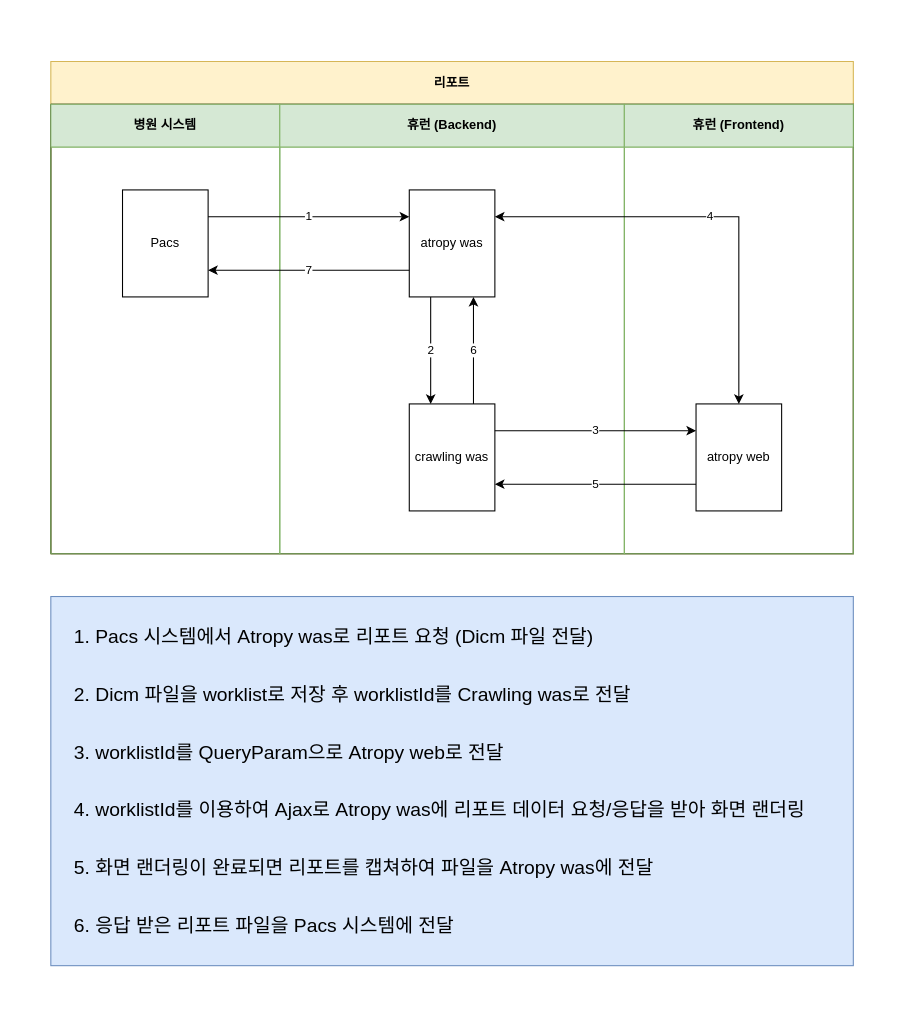
junho-nam/drawio keeps this draw.io diagram as Untitled Diagram.drawio. Above is the earlier version. Source tidied: cells renumbered, new cells numbered last; positions are measured from the earlier drawing's top-left corner, leaving out a move shared by most shapes. Both pictures are drawn from the tidied source at 107%, with x=0, y=0 at pixel (50, 61).
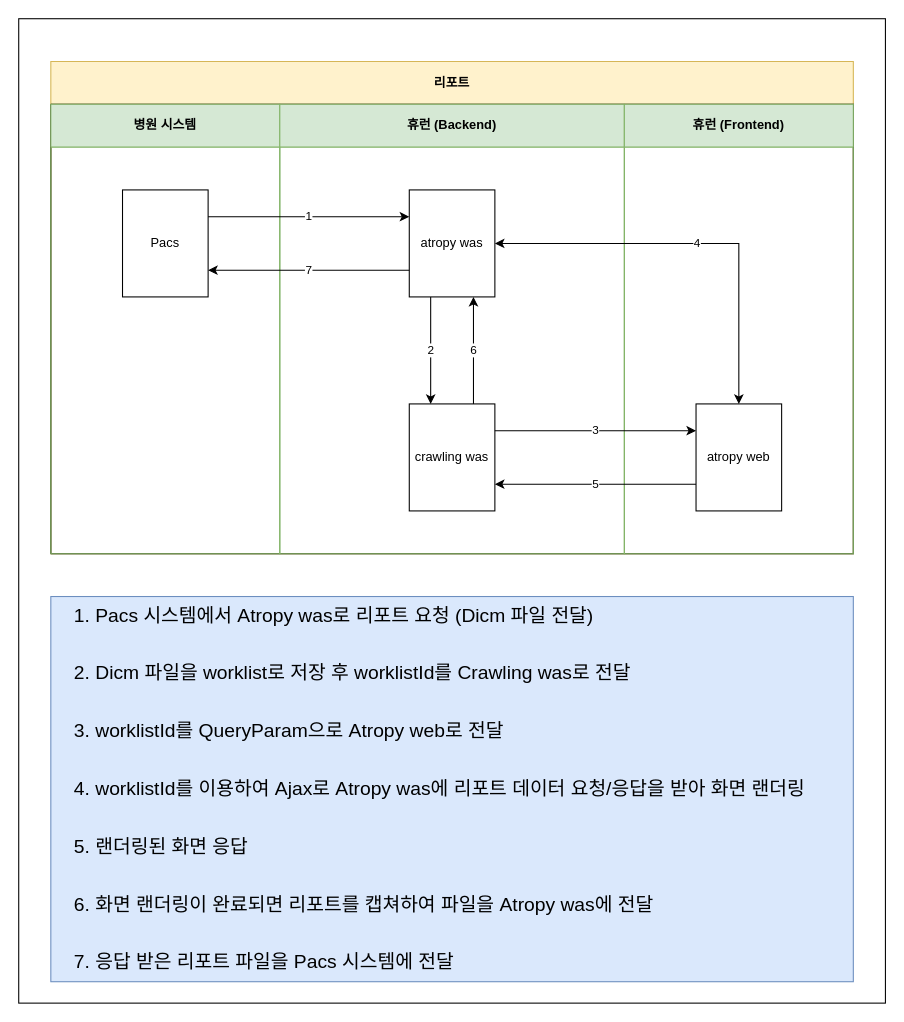
Above is the later version.

The edit, as a diff of the source:
```diff
@@
 <mxGraphModel>
   <root>
     <mxCell id="0" />
     <mxCell id="1" parent="0" />
+    <mxCell id="19" style="rounded=0;whiteSpace=wrap;html=1;" parent="1" vertex="1">
+      <mxGeometry x="-30" y="-40" width="810" height="920" as="geometry" />
+    </mxCell>
     <mxCell id="2" value="리포트" style="shape=table;childLayout=tableLayout;rowLines=0;columnLines=0;startSize=40;html=1;whiteSpace=wrap;fontStyle=1;fillColor=#fff2cc;strokeColor=#d6b656;" parent="1" vertex="1">
       <mxGeometry width="750" height="460" as="geometry" />
     </mxCell>
     <mxCell id="3" style="swimlane;horizontal=0;startSize=0;html=1;whiteSpace=wrap;" parent="2" vertex="1">
       <mxGeometry y="40" width="750" height="420" as="geometry" />
     </mxCell>
     <mxCell id="4" value="병원 시스템" style="swimlane;startSize=40;html=1;whiteSpace=wrap;fillColor=#d5e8d4;strokeColor=#82b366;" parent="3" vertex="1">
       <mxGeometry width="214" height="420" as="geometry" />
     </mxCell>
     <mxCell id="5" value="Pacs" style="rounded=0;whiteSpace=wrap;html=1;" parent="4" vertex="1">
       <mxGeometry x="67" y="80" width="80" height="100" as="geometry" />
     </mxCell>
     <mxCell id="6" value="휴런 (Backend)" style="swimlane;startSize=40;html=1;whiteSpace=wrap;fillColor=#d5e8d4;strokeColor=#82b366;" parent="3" vertex="1">
       <mxGeometry x="214" width="322" height="420" as="geometry" />
     </mxCell>
     <mxCell id="7" value="atropy was" style="rounded=0;whiteSpace=wrap;html=1;" parent="6" vertex="1">
       <mxGeometry x="121" y="80" width="80" height="100" as="geometry" />
     </mxCell>
     <mxCell id="8" value="crawling was" style="rounded=0;whiteSpace=wrap;html=1;" parent="6" vertex="1">
       <mxGeometry x="121" y="280" width="80" height="100" as="geometry" />
     </mxCell>
     <mxCell id="9" value="2" style="edgeStyle=orthogonalEdgeStyle;rounded=0;jettySize=auto;html=1;exitX=0.25;exitY=1;exitDx=0;exitDy=0;entryX=0.25;entryY=0;entryDx=0;entryDy=0;" parent="6" edge="1" source="7" target="8">
       <mxGeometry relative="1" as="geometry" />
     </mxCell>
     <mxCell id="10" value="6" style="edgeStyle=orthogonalEdgeStyle;rounded=0;jettySize=auto;html=1;exitX=0.75;exitY=0;exitDx=0;exitDy=0;entryX=0.75;entryY=1;entryDx=0;entryDy=0;" parent="6" edge="1" source="8" target="7">
       <mxGeometry relative="1" as="geometry" />
     </mxCell>
     <mxCell id="11" value="휴런 (Frontend)" style="swimlane;startSize=40;html=1;whiteSpace=wrap;fillColor=#d5e8d4;strokeColor=#82b366;" parent="3" vertex="1">
       <mxGeometry x="536" width="214" height="420" as="geometry" />
     </mxCell>
     <mxCell id="12" value="atropy web" style="rounded=0;whiteSpace=wrap;html=1;" parent="11" vertex="1">
       <mxGeometry x="67" y="280" width="80" height="100" as="geometry" />
     </mxCell>
     <mxCell id="13" value="1" style="edgeStyle=orthogonalEdgeStyle;rounded=0;jettySize=auto;html=1;exitX=1;exitY=0.25;exitDx=0;exitDy=0;entryX=0;entryY=0.25;entryDx=0;entryDy=0;" parent="3" edge="1" source="5" target="7">
       <mxGeometry relative="1" as="geometry" />
     </mxCell>
     <mxCell id="14" value="3" style="edgeStyle=orthogonalEdgeStyle;rounded=0;jettySize=auto;html=1;entryX=0;entryY=0.25;entryDx=0;entryDy=0;exitX=1;exitY=0.25;exitDx=0;exitDy=0;" parent="3" edge="1" source="8" target="12">
       <mxGeometry relative="1" as="geometry" />
     </mxCell>
-    <mxCell id="15" value="4" style="edgeStyle=orthogonalEdgeStyle;rounded=0;jettySize=auto;html=1;entryX=1;entryY=0.25;entryDx=0;entryDy=0;exitX=0.5;exitY=0;exitDx=0;exitDy=0;startArrow=classic;startFill=1;" parent="3" edge="1" source="12" target="7">
+    <mxCell id="15" value="4" style="edgeStyle=orthogonalEdgeStyle;rounded=0;jettySize=auto;html=1;entryX=1;entryY=0.5;entryDx=0;entryDy=0;exitX=0.5;exitY=0;exitDx=0;exitDy=0;startArrow=classic;startFill=1;" parent="3" edge="1" source="12" target="7">
       <mxGeometry relative="1" as="geometry" />
     </mxCell>
     <mxCell id="16" value="5" style="edgeStyle=orthogonalEdgeStyle;rounded=0;jettySize=auto;html=1;entryX=1;entryY=0.75;entryDx=0;entryDy=0;exitX=0;exitY=0.75;exitDx=0;exitDy=0;" parent="3" edge="1" source="12" target="8">
       <mxGeometry relative="1" as="geometry" />
     </mxCell>
     <mxCell id="17" value="7" style="edgeStyle=orthogonalEdgeStyle;rounded=0;jettySize=auto;html=1;exitX=0;exitY=0.75;exitDx=0;exitDy=0;entryX=1;entryY=0.75;entryDx=0;entryDy=0;" parent="3" edge="1" source="7" target="5">
       <mxGeometry relative="1" as="geometry" />
     </mxCell>
-    <mxCell id="18" value="&lt;ol style=&quot;font-size: 18px ; line-height: 150%&quot;&gt;&lt;li&gt;&lt;font style=&quot;font-size: 18px&quot;&gt;Pacs 시스템에서 Atropy was로 &lt;/font&gt;&lt;span&gt;리포트 요청 (Dicm 파일 전달)&lt;br&gt;&lt;br&gt;&lt;/span&gt;&lt;/li&gt;&lt;li&gt;Dicm 파일을 worklist로 저장 후 worklistId를 Crawling was로 전달&lt;br&gt;&lt;br&gt;&lt;/li&gt;&lt;li&gt;worklistId를 QueryParam으로 Atropy web로 전달&lt;br&gt;&lt;br&gt;&lt;/li&gt;&lt;li&gt;worklistId를 이용하여 Ajax로 Atropy was에&amp;nbsp;리포트 데이터 요청/응답을 받아 화면 랜더링&lt;br&gt;&lt;br&gt;&lt;/li&gt;&lt;li&gt;화면 랜더링이 완료되면 리포트를 캡쳐하여 파일을 Atropy was에 전달&lt;br&gt;&lt;br&gt;&lt;/li&gt;&lt;li&gt;응답 받은 리포트 파일을 Pacs 시스템에 전달&lt;/li&gt;&lt;/ol&gt;" style="text;html=1;strokeColor=#6c8ebf;fillColor=#dae8fc;align=left;verticalAlign=middle;whiteSpace=wrap;rounded=0;" parent="1" vertex="1">
-      <mxGeometry y="500" width="750" height="345" as="geometry" />
+    <mxCell id="18" value="&lt;ol style=&quot;font-size: 18px ; line-height: 150%&quot;&gt;&lt;li&gt;&lt;font style=&quot;font-size: 18px&quot;&gt;Pacs 시스템에서 Atropy was로 &lt;/font&gt;&lt;span&gt;리포트 요청 (Dicm 파일 전달)&lt;br&gt;&lt;br&gt;&lt;/span&gt;&lt;/li&gt;&lt;li&gt;Dicm 파일을 worklist로 저장 후 worklistId를 Crawling was로 전달&lt;br&gt;&lt;br&gt;&lt;/li&gt;&lt;li&gt;worklistId를 QueryParam으로 Atropy web로 전달&lt;br&gt;&lt;br&gt;&lt;/li&gt;&lt;li&gt;worklistId를 이용하여 Ajax로 Atropy was에&amp;nbsp;리포트 데이터 요청/응답을 받아 화면 랜더링&lt;br&gt;&lt;br&gt;&lt;/li&gt;&lt;li&gt;랜더링된 화면 응답&lt;br&gt;&lt;br&gt;&lt;/li&gt;&lt;li&gt;화면 랜더링이 완료되면 리포트를 캡쳐하여 파일을 Atropy was에 전달&lt;br&gt;&lt;br&gt;&lt;/li&gt;&lt;li&gt;응답 받은 리포트 파일을 Pacs 시스템에 전달&lt;/li&gt;&lt;/ol&gt;" style="text;html=1;strokeColor=#6c8ebf;fillColor=#dae8fc;align=left;verticalAlign=middle;whiteSpace=wrap;rounded=0;" parent="1" vertex="1">
+      <mxGeometry y="500" width="750" height="360" as="geometry" />
     </mxCell>
   </root>
 </mxGraphModel>
```
